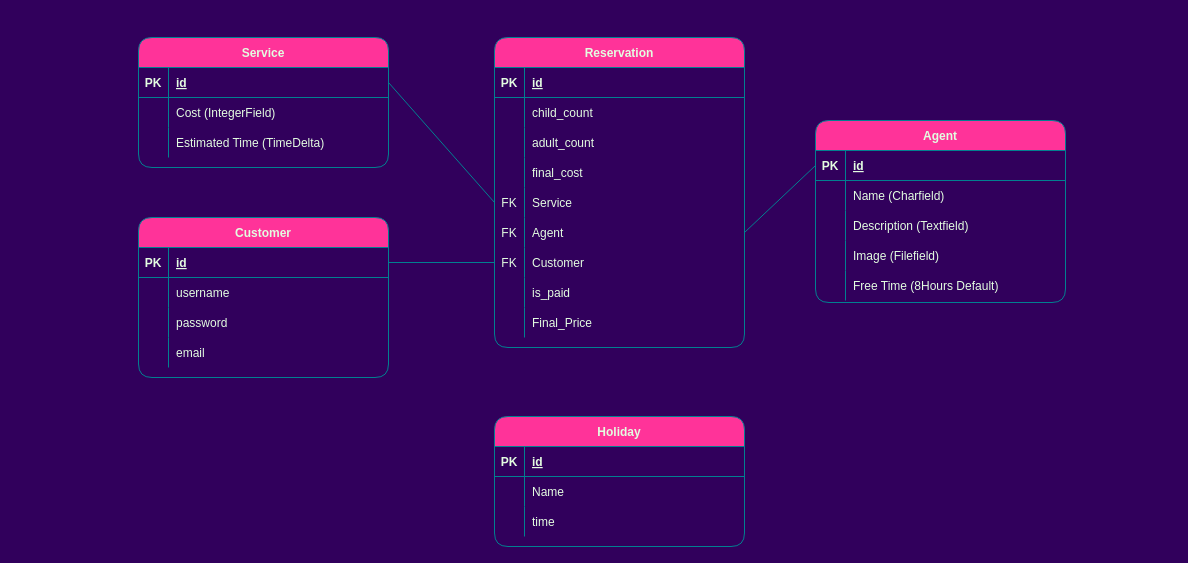
AlirezaDelkhahi/Salon keeps this draw.io diagram as Untitled Diagram.drawio. Above is the earlier version. Source tidied: cells renumbered, new cells numbered last; positions are measured from the earlier drawing's top-left corner, leaving out a move shared by most shapes. Both pictures are drawn from the tidied source at 100%, with x=0, y=0 at pixel (138, 37).
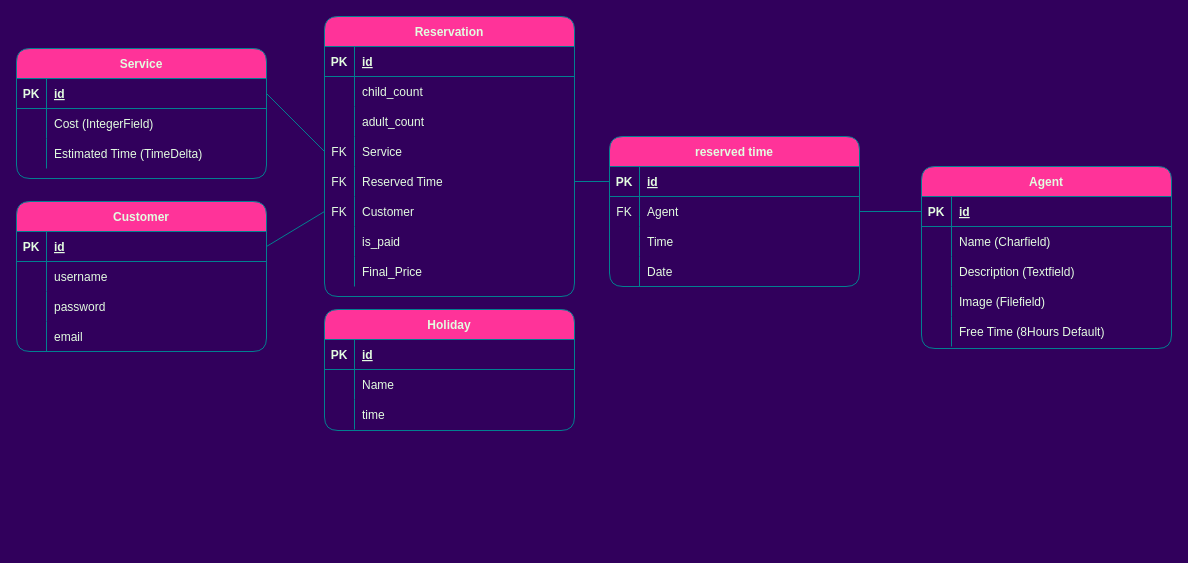
Above is the later version.

Unchanged cells that the change refers to:
```xml
<mxCell id="13" style="shape=partialRectangle;fillColor=none;points=[[0,0.5],[1,0.5]];portConstraint=eastwest;top=0;left=0;right=0;bottom=1;strokeColor=#028090;fontColor=#E4FDE1;rounded=1;" parent="12" vertex="1">
  <mxGeometry y="30" width="250" height="30" as="geometry" />
</mxCell>
```

Diff of the diagram source:
```diff
@@
     <mxCell id="2" value="Service" style="shape=table;startSize=30;childLayout=tableLayout;rowLines=0;fontStyle=1;align=center;fillColor=#FF3399;strokeColor=#028090;fontColor=#E4FDE1;rounded=1;" parent="1" vertex="1">
-      <mxGeometry width="250" height="130" as="geometry" />
+      <mxGeometry x="-122" y="11" width="250" height="130" as="geometry" />
     </mxCell>
@@
     <mxCell id="12" value="Agent" style="shape=table;startSize=30;childLayout=tableLayout;rowLines=0;fontStyle=1;align=center;fillColor=#FF3399;strokeColor=#028090;fontColor=#E4FDE1;rounded=1;" parent="1" vertex="1">
-      <mxGeometry x="677" y="83" width="250" height="182" as="geometry" />
+      <mxGeometry x="783" y="129" width="250" height="182" as="geometry" />
     </mxCell>
@@
     <mxCell id="28" value="Customer" style="shape=table;startSize=30;childLayout=tableLayout;rowLines=0;fontStyle=1;align=center;fillColor=#FF3399;strokeColor=#028090;fontColor=#E4FDE1;rounded=1;" parent="1" vertex="1">
-      <mxGeometry y="180" width="250" height="160" as="geometry" />
+      <mxGeometry x="-122" y="164" width="250" height="150" as="geometry" />
     </mxCell>
@@
     <mxCell id="41" value="Holiday" style="shape=table;startSize=30;childLayout=tableLayout;rowLines=0;fontStyle=1;align=center;fillColor=#FF3399;strokeColor=#028090;fontColor=#E4FDE1;rounded=1;" parent="1" vertex="1">
-      <mxGeometry x="356" y="379" width="250" height="130" as="geometry" />
+      <mxGeometry x="186" y="272" width="250" height="121" as="geometry" />
     </mxCell>
@@
     <mxCell id="51" value="Reservation" style="shape=table;startSize=30;childLayout=tableLayout;rowLines=0;fontStyle=1;align=center;fillColor=#FF3399;strokeColor=#028090;fontColor=#E4FDE1;rounded=1;" parent="1" vertex="1">
-      <mxGeometry x="356" width="250" height="310" as="geometry" />
+      <mxGeometry x="186" y="-21" width="250" height="280" as="geometry" />
     </mxCell>
@@
-    <mxCell id="61" style="shape=partialRectangle;fillColor=none;top=0;left=0;right=0;bottom=0;strokeColor=#028090;fontColor=#E4FDE1;rounded=1;" parent="51" vertex="1">
-      <mxGeometry y="120" width="250" height="30" as="geometry" />
-    </mxCell>
-    <mxCell id="62" style="shape=partialRectangle;overflow=hidden;fillColor=none;top=0;left=0;bottom=0;right=0;strokeColor=#028090;fontColor=#E4FDE1;rounded=1;" parent="61" vertex="1">
-      <mxGeometry width="30" height="30" as="geometry" />
-    </mxCell>
-    <mxCell id="63" value="final_cost" style="shape=partialRectangle;overflow=hidden;fillColor=none;top=0;left=0;bottom=0;right=0;align=left;spacingLeft=6;strokeColor=#028090;fontColor=#E4FDE1;rounded=1;" parent="61" vertex="1">
-      <mxGeometry x="30" width="220" height="30" as="geometry" />
-    </mxCell>
     <mxCell id="64" style="shape=partialRectangle;fillColor=none;points=[[0,0.5],[1,0.5]];portConstraint=eastwest;top=0;left=0;right=0;bottom=0;strokeColor=#028090;fontColor=#E4FDE1;rounded=1;" parent="51" vertex="1">
-      <mxGeometry y="150" width="250" height="30" as="geometry" />
+      <mxGeometry y="120" width="250" height="30" as="geometry" />
     </mxCell>
@@
     <mxCell id="67" style="shape=partialRectangle;fillColor=none;points=[[0,0.5],[1,0.5]];portConstraint=eastwest;top=0;left=0;right=0;bottom=0;strokeColor=#028090;fontColor=#E4FDE1;rounded=1;" parent="51" vertex="1">
-      <mxGeometry y="180" width="250" height="30" as="geometry" />
+      <mxGeometry y="150" width="250" height="30" as="geometry" />
     </mxCell>
@@
-    <mxCell id="69" value="Agent" style="shape=partialRectangle;overflow=hidden;fillColor=none;top=0;left=0;bottom=0;right=0;align=left;spacingLeft=6;strokeColor=#028090;fontColor=#E4FDE1;rounded=1;" parent="67" vertex="1">
+    <mxCell id="69" value="Reserved Time" style="shape=partialRectangle;overflow=hidden;fillColor=none;top=0;left=0;bottom=0;right=0;align=left;spacingLeft=6;strokeColor=#028090;fontColor=#E4FDE1;rounded=1;" parent="67" vertex="1">
       <mxGeometry x="30" width="220" height="30" as="geometry" />
     </mxCell>
     <mxCell id="70" style="shape=partialRectangle;fillColor=none;points=[[0,0.5],[1,0.5]];portConstraint=eastwest;top=0;left=0;right=0;bottom=0;strokeColor=#028090;fontColor=#E4FDE1;rounded=1;" parent="51" vertex="1">
-      <mxGeometry y="210" width="250" height="30" as="geometry" />
+      <mxGeometry y="180" width="250" height="30" as="geometry" />
     </mxCell>
@@
     <mxCell id="73" style="shape=partialRectangle;fillColor=none;top=0;left=0;right=0;bottom=0;strokeColor=#028090;fontColor=#E4FDE1;rounded=1;" parent="51" vertex="1">
-      <mxGeometry y="240" width="250" height="30" as="geometry" />
+      <mxGeometry y="210" width="250" height="30" as="geometry" />
     </mxCell>
@@
     <mxCell id="76" style="shape=partialRectangle;fillColor=none;top=0;left=0;right=0;bottom=0;strokeColor=#028090;fontColor=#E4FDE1;rounded=1;" parent="51" vertex="1">
-      <mxGeometry y="270" width="250" height="30" as="geometry" />
+      <mxGeometry y="240" width="250" height="30" as="geometry" />
     </mxCell>
@@
-    <mxCell id="81" style="endArrow=none;html=1;rounded=1;fontColor=#E4FDE1;strokeColor=#028090;fillColor=#F45B69;exitX=1;exitY=0.5;exitDx=0;exitDy=0;entryX=0;entryY=0.5;entryDx=0;entryDy=0;" parent="1" edge="1" source="67" target="13">
-      <mxGeometry relative="1" as="geometry" />
-    </mxCell>
+    <mxCell id="82" value="reserved time" style="shape=table;startSize=30;childLayout=tableLayout;rowLines=0;fontStyle=1;align=center;fillColor=#FF3399;strokeColor=#028090;fontColor=#E4FDE1;rounded=1;" parent="1" vertex="1">
+      <mxGeometry x="471" y="99" width="250" height="150" as="geometry" />
+    </mxCell>
+    <mxCell id="83" style="shape=partialRectangle;fillColor=none;points=[[0,0.5],[1,0.5]];portConstraint=eastwest;top=0;left=0;right=0;bottom=1;strokeColor=#028090;fontColor=#E4FDE1;rounded=1;" parent="82" vertex="1">
+      <mxGeometry y="30" width="250" height="30" as="geometry" />
+    </mxCell>
+    <mxCell id="84" value="PK" style="shape=partialRectangle;overflow=hidden;fillColor=none;top=0;left=0;bottom=0;right=0;fontStyle=1;strokeColor=#028090;fontColor=#E4FDE1;rounded=1;" parent="83" vertex="1">
+      <mxGeometry width="30" height="30" as="geometry" />
+    </mxCell>
+    <mxCell id="85" value="id" style="shape=partialRectangle;overflow=hidden;fillColor=none;top=0;left=0;bottom=0;right=0;align=left;spacingLeft=6;fontStyle=5;strokeColor=#028090;fontColor=#E4FDE1;rounded=1;" parent="83" vertex="1">
+      <mxGeometry x="30" width="220" height="30" as="geometry" />
+    </mxCell>
+    <mxCell id="86" style="shape=partialRectangle;fillColor=none;points=[[0,0.5],[1,0.5]];portConstraint=eastwest;top=0;left=0;right=0;bottom=0;strokeColor=#028090;fontColor=#E4FDE1;rounded=1;" parent="82" vertex="1">
+      <mxGeometry y="60" width="250" height="30" as="geometry" />
+    </mxCell>
+    <mxCell id="87" value="FK" style="shape=partialRectangle;overflow=hidden;fillColor=none;top=0;left=0;bottom=0;right=0;strokeColor=#028090;fontColor=#E4FDE1;rounded=1;" parent="86" vertex="1">
+      <mxGeometry width="30" height="30" as="geometry" />
+    </mxCell>
+    <mxCell id="88" value="Agent" style="shape=partialRectangle;overflow=hidden;fillColor=none;top=0;left=0;bottom=0;right=0;align=left;spacingLeft=6;strokeColor=#028090;fontColor=#E4FDE1;rounded=1;" parent="86" vertex="1">
+      <mxGeometry x="30" width="220" height="30" as="geometry" />
+    </mxCell>
+    <mxCell id="89" style="shape=partialRectangle;fillColor=none;top=0;left=0;right=0;bottom=0;strokeColor=#028090;fontColor=#E4FDE1;rounded=1;" parent="82" vertex="1">
+      <mxGeometry y="90" width="250" height="30" as="geometry" />
+    </mxCell>
+    <mxCell id="90" style="shape=partialRectangle;overflow=hidden;fillColor=none;top=0;left=0;bottom=0;right=0;strokeColor=#028090;fontColor=#E4FDE1;rounded=1;" parent="89" vertex="1">
+      <mxGeometry width="30" height="30" as="geometry" />
+    </mxCell>
+    <mxCell id="91" value="Time" style="shape=partialRectangle;overflow=hidden;fillColor=none;top=0;left=0;bottom=0;right=0;align=left;spacingLeft=6;strokeColor=#028090;fontColor=#E4FDE1;rounded=1;" parent="89" vertex="1">
+      <mxGeometry x="30" width="220" height="30" as="geometry" />
+    </mxCell>
+    <mxCell id="61" style="shape=partialRectangle;fillColor=none;top=0;left=0;right=0;bottom=0;strokeColor=#028090;fontColor=#E4FDE1;rounded=1;" parent="82" vertex="1">
+      <mxGeometry y="120" width="250" height="30" as="geometry" />
+    </mxCell>
+    <mxCell id="92" style="shape=partialRectangle;overflow=hidden;fillColor=none;top=0;left=0;bottom=0;right=0;strokeColor=#028090;fontColor=#E4FDE1;rounded=1;" parent="61" vertex="1">
+      <mxGeometry width="30" height="30" as="geometry" />
+    </mxCell>
+    <mxCell id="93" value="Date" style="shape=partialRectangle;overflow=hidden;fillColor=none;top=0;left=0;bottom=0;right=0;align=left;spacingLeft=6;strokeColor=#028090;fontColor=#E4FDE1;rounded=1;" parent="61" vertex="1">
+      <mxGeometry x="30" width="220" height="30" as="geometry" />
+    </mxCell>
+    <mxCell id="94" style="endArrow=none;html=1;rounded=1;fontColor=#E4FDE1;strokeColor=#028090;fillColor=#F45B69;entryX=0;entryY=0.5;entryDx=0;entryDy=0;exitX=1;exitY=0.5;exitDx=0;exitDy=0;" parent="1" edge="1" source="67" target="83">
+      <mxGeometry relative="1" as="geometry" />
+    </mxCell>
+    <mxCell id="95" style="endArrow=none;html=1;rounded=1;fontColor=#E4FDE1;strokeColor=#028090;fillColor=#F45B69;entryX=0;entryY=0.5;entryDx=0;entryDy=0;exitX=1;exitY=0.5;exitDx=0;exitDy=0;" parent="1" edge="1" source="86" target="13">
+      <mxGeometry relative="1" as="geometry" />
+    </mxCell>
```
